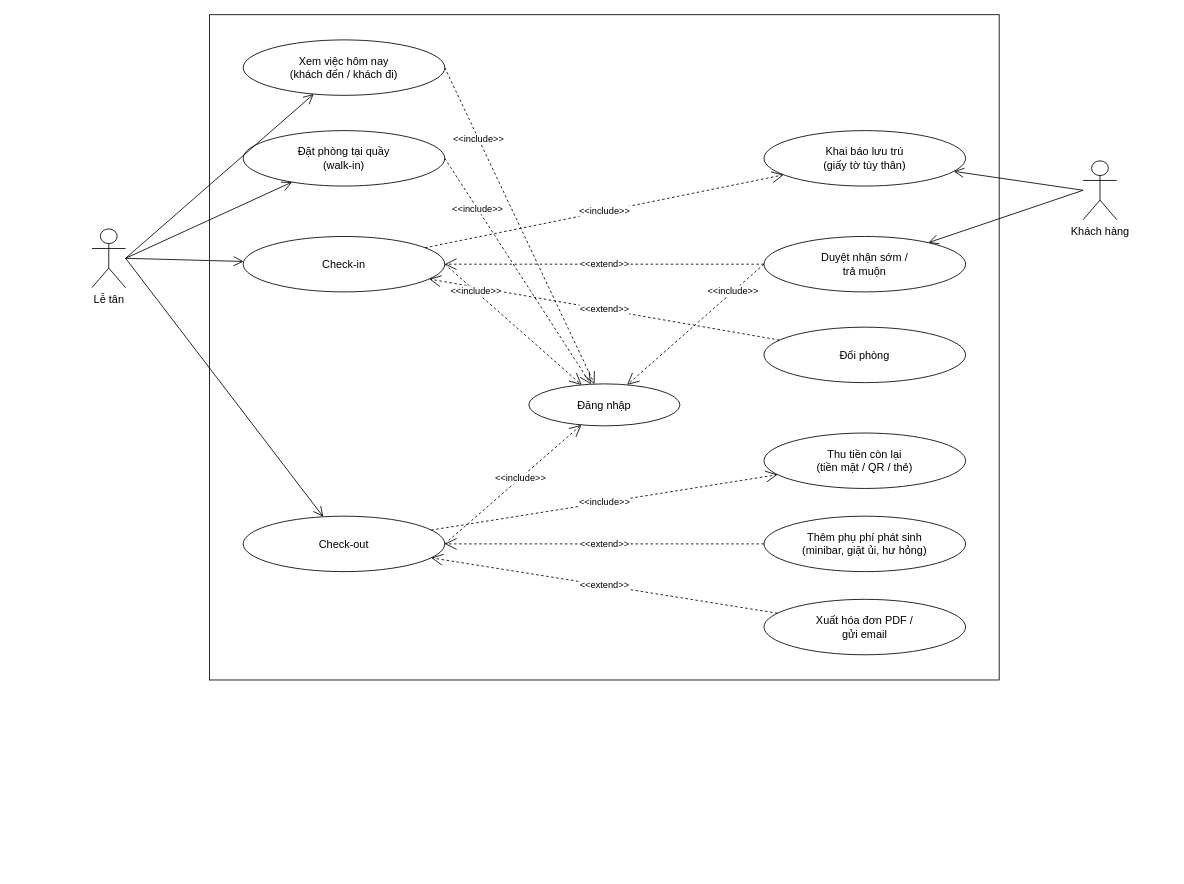
This is docs/use-case/phan-ra/uc3-nhan-tra-phong.drawio from ngynquchn2511/beach-hotel, a draw.io file, before an edit. Source tidied: cells renumbered, new cells numbered last; positions are measured from the earlier drawing's top-left corner, leaving out a move shared by most shapes. Both pictures are drawn from the tidied source at 84%, with x=0, y=0 at pixel (92, 14).
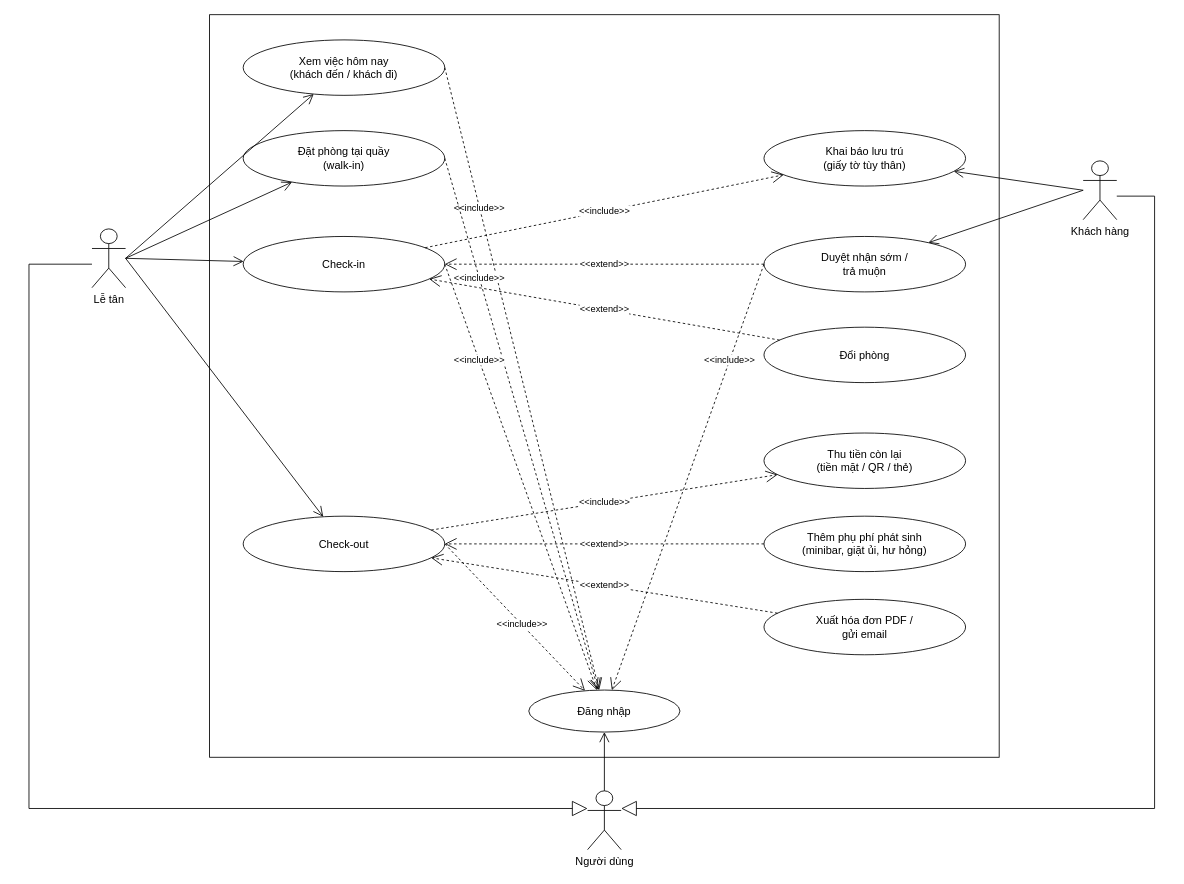
The same page after the edit.

Unchanged cells that the change refers to:
```xml
<mxCell id="14" value="Lễ tân" style="shape=umlActor;verticalLabelPosition=bottom;verticalAlign=top;html=1;outlineConnect=0;fillColor=#FFFFFF;strokeColor=#000000;fontSize=13;" parent="1" vertex="1">
  <mxGeometry y="255" width="40" height="70" as="geometry" />
</mxCell>
<mxCell id="15" value="Khách hàng" style="shape=umlActor;verticalLabelPosition=bottom;verticalAlign=top;html=1;outlineConnect=0;fillColor=#FFFFFF;strokeColor=#000000;fontSize=13;" parent="1" vertex="1">
  <mxGeometry x="1180" y="174" width="40" height="70" as="geometry" />
</mxCell>
```

What changed in the source:
```diff
@@
     <mxCell id="2" style="rounded=0;whiteSpace=wrap;html=1;fillColor=none;strokeColor=#000000;" parent="1" vertex="1">
-      <mxGeometry x="140" width="940" height="792" as="geometry" />
+      <mxGeometry x="140" width="940" height="884" as="geometry" />
     </mxCell>
@@
     <mxCell id="13" value="Đăng nhập" style="ellipse;whiteSpace=wrap;html=1;fillColor=#FFFFFF;strokeColor=#000000;fontSize=13;" parent="1" vertex="1">
-      <mxGeometry x="520" y="439.5" width="180" height="50" as="geometry" />
+      <mxGeometry x="520" y="804" width="180" height="50" as="geometry" />
     </mxCell>
@@
+    <mxCell id="33" value="Người dùng" style="shape=umlActor;verticalLabelPosition=bottom;verticalAlign=top;html=1;outlineConnect=0;fillColor=#FFFFFF;strokeColor=#000000;fontSize=13;" parent="1" vertex="1">
+      <mxGeometry x="590" y="924" width="40" height="70" as="geometry" />
+    </mxCell>
+    <mxCell id="34" style="endArrow=open;endSize=10;html=1;rounded=0;strokeColor=#000000;exitX=0.5;exitY=0;exitDx=0;exitDy=0;exitPerimeter=0;" parent="1" edge="1" source="33" target="13">
+      <mxGeometry relative="1" as="geometry" />
+    </mxCell>
+    <mxCell id="35" style="endArrow=block;endSize=16;endFill=0;html=1;rounded=0;strokeColor=#000000;exitX=0;exitY=0.6;exitDx=0;exitDy=0;exitPerimeter=0;entryX=0;entryY=0.3;entryDx=0;entryDy=0;entryPerimeter=0;" parent="1" edge="1" source="14" target="33">
+      <mxGeometry relative="1" as="geometry">
+        <Array as="points">
+          <mxPoint x="-75" y="297" />
+          <mxPoint x="-75" y="945" />
+        </Array>
+      </mxGeometry>
+    </mxCell>
+    <mxCell id="36" style="endArrow=block;endSize=16;endFill=0;html=1;rounded=0;strokeColor=#000000;exitX=1;exitY=0.6;exitDx=0;exitDy=0;exitPerimeter=0;entryX=1;entryY=0.3;entryDx=0;entryDy=0;entryPerimeter=0;" parent="1" edge="1" source="15" target="33">
+      <mxGeometry relative="1" as="geometry">
+        <Array as="points">
+          <mxPoint x="1265" y="216" />
+          <mxPoint x="1265" y="945" />
+        </Array>
+      </mxGeometry>
+    </mxCell>
```
